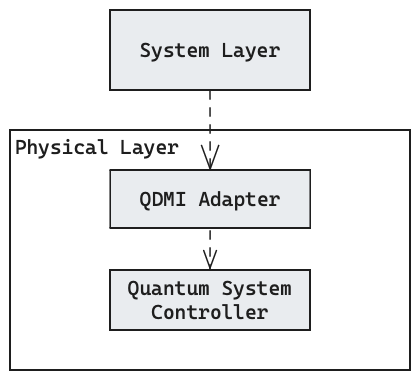
This is docs/images/Building-Blocks-L2-Physical-Layer.excalidraw.png from FullStaQD/architecture, a Excalidraw export, as it was before one commit. Source tidied: one line per element, renumbered; positions are measured from the earlier drawing's top-left corner, leaving out a move shared by most shapes. The source it was exported from:
```json
{"id": 0, "type": "rectangle", "strokeColor": "#1e1e1e", "backgroundColor": "#ffffff", "fillStyle": "solid", "strokeWidth": 1, "roughness": 0, "x": 0, "y": 120, "width": 400, "height": 240}
{"id": 1, "type": "text", "text": "Physical Layer", "strokeColor": "#1e1e1e", "strokeWidth": 1, "roughness": 0, "fontSize": 20, "fontFamily": 3, "inside": 0, "x": 5, "y": 125, "width": 164, "height": 24}
{"id": 2, "type": "rectangle", "strokeColor": "#1e1e1e", "backgroundColor": "#e9ecef", "fillStyle": "solid", "strokeWidth": 1, "roughness": 0, "x": 100, "y": 160, "width": 200, "height": 58}
{"id": 3, "type": "text", "text": "QDMI Adapter", "strokeColor": "#1e1e1e", "backgroundColor": "#ffffff", "fillStyle": "solid", "strokeWidth": 1, "roughness": 0, "fontSize": 20, "fontFamily": 3, "textAlign": "center", "verticalAlign": "middle", "inside": 2, "x": 130, "y": 177, "width": 141, "height": 24}
{"id": 4, "type": "rectangle", "strokeColor": "#1e1e1e", "backgroundColor": "#e9ecef", "fillStyle": "solid", "strokeWidth": 1, "roughness": 0, "x": 100, "y": 0, "width": 200, "height": 80}
{"id": 5, "type": "text", "text": "System Layer", "strokeColor": "#1e1e1e", "backgroundColor": "#ffffff", "fillStyle": "solid", "strokeWidth": 1, "roughness": 0, "fontSize": 20, "fontFamily": 3, "textAlign": "center", "verticalAlign": "middle", "inside": 4, "x": 130, "y": 28, "width": 141, "height": 24}
{"id": 6, "type": "rectangle", "strokeColor": "#1e1e1e", "backgroundColor": "#e9ecef", "fillStyle": "solid", "strokeWidth": 1, "roughness": 0, "x": 100, "y": 260, "width": 200, "height": 60}
{"id": 7, "type": "text", "text": "Quantum System\nController", "strokeColor": "#1e1e1e", "backgroundColor": "#ffffff", "fillStyle": "solid", "strokeWidth": 1, "roughness": 0, "fontSize": 20, "fontFamily": 3, "textAlign": "center", "verticalAlign": "middle", "inside": 6, "x": 118, "y": 266, "width": 164, "height": 48}
{"id": 8, "type": "arrow", "strokeColor": "#1e1e1e", "backgroundColor": "#e9ecef", "fillStyle": "solid", "strokeWidth": 1, "strokeStyle": "dashed", "roughness": 0, "endArrowhead": "arrow", "round": true, "from": 2, "to": 6, "x": 200, "y": 221, "width": 0, "height": 37, "points": [[0, 0], [0, 37]]}
{"id": 9, "type": "arrow", "strokeColor": "#1e1e1e", "backgroundColor": "#e9ecef", "fillStyle": "solid", "strokeWidth": 1, "strokeStyle": "dashed", "roughness": 0, "endArrowhead": "arrow", "round": true, "from": 4, "to": 2, "x": 200, "y": 81, "width": 0, "height": 78, "points": [[0, 0], [0, 78]]}
```
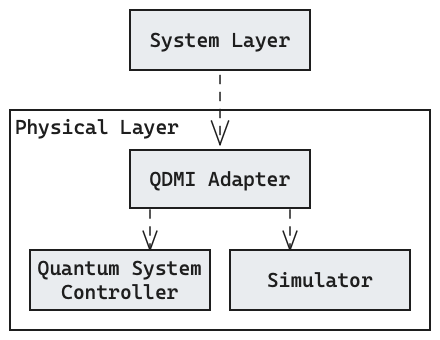
Later version of the same file.

Commit message:
docs(building-blocks): update physical layer, describe interfaces

Change to the diagram source:
```diff
@@ -1,10 +1,13 @@
-{"id": 0, "type": "rectangle", "strokeColor": "#1e1e1e", "backgroundColor": "#ffffff", "fillStyle": "solid", "strokeWidth": 1, "roughness": 0, "x": 0, "y": 120, "width": 400, "height": 240}
+{"id": 0, "type": "rectangle", "strokeColor": "#1e1e1e", "backgroundColor": "#ffffff", "fillStyle": "solid", "strokeWidth": 1, "roughness": 0, "x": 20, "y": 120, "width": 420, "height": 220}
-{"id": 1, "type": "text", "text": "Physical Layer", "strokeColor": "#1e1e1e", "strokeWidth": 1, "roughness": 0, "fontSize": 20, "fontFamily": 3, "inside": 0, "x": 5, "y": 125, "width": 164, "height": 24}
+{"id": 1, "type": "text", "text": "Physical Layer", "strokeColor": "#1e1e1e", "strokeWidth": 1, "roughness": 0, "fontSize": 20, "fontFamily": 3, "inside": 0, "x": 25, "y": 125, "width": 164, "height": 24}
-{"id": 2, "type": "rectangle", "strokeColor": "#1e1e1e", "backgroundColor": "#e9ecef", "fillStyle": "solid", "strokeWidth": 1, "roughness": 0, "x": 100, "y": 160, "width": 200, "height": 58}
+{"id": 2, "type": "rectangle", "strokeColor": "#1e1e1e", "backgroundColor": "#e9ecef", "fillStyle": "solid", "strokeWidth": 1, "roughness": 0, "x": 140, "y": 160, "width": 180, "height": 58}
-{"id": 3, "type": "text", "text": "QDMI Adapter", "strokeColor": "#1e1e1e", "backgroundColor": "#ffffff", "fillStyle": "solid", "strokeWidth": 1, "roughness": 0, "fontSize": 20, "fontFamily": 3, "textAlign": "center", "verticalAlign": "middle", "inside": 2, "x": 130, "y": 177, "width": 141, "height": 24}
+{"id": 3, "type": "text", "text": "QDMI Adapter", "strokeColor": "#1e1e1e", "backgroundColor": "#ffffff", "fillStyle": "solid", "strokeWidth": 1, "roughness": 0, "fontSize": 20, "fontFamily": 3, "textAlign": "center", "verticalAlign": "middle", "inside": 2, "x": 160, "y": 177, "width": 141, "height": 24}
-{"id": 4, "type": "rectangle", "strokeColor": "#1e1e1e", "backgroundColor": "#e9ecef", "fillStyle": "solid", "strokeWidth": 1, "roughness": 0, "x": 100, "y": 0, "width": 200, "height": 80}
+{"id": 4, "type": "rectangle", "strokeColor": "#1e1e1e", "backgroundColor": "#e9ecef", "fillStyle": "solid", "strokeWidth": 1, "roughness": 0, "x": 140, "y": 20, "width": 180, "height": 60}
-{"id": 5, "type": "text", "text": "System Layer", "strokeColor": "#1e1e1e", "backgroundColor": "#ffffff", "fillStyle": "solid", "strokeWidth": 1, "roughness": 0, "fontSize": 20, "fontFamily": 3, "textAlign": "center", "verticalAlign": "middle", "inside": 4, "x": 130, "y": 28, "width": 141, "height": 24}
+{"id": 5, "type": "text", "text": "System Layer", "strokeColor": "#1e1e1e", "backgroundColor": "#ffffff", "fillStyle": "solid", "strokeWidth": 1, "roughness": 0, "fontSize": 20, "fontFamily": 3, "textAlign": "center", "verticalAlign": "middle", "inside": 4, "x": 160, "y": 38, "width": 141, "height": 24}
-{"id": 6, "type": "rectangle", "strokeColor": "#1e1e1e", "backgroundColor": "#e9ecef", "fillStyle": "solid", "strokeWidth": 1, "roughness": 0, "x": 100, "y": 260, "width": 200, "height": 60}
+{"id": 6, "type": "rectangle", "strokeColor": "#1e1e1e", "backgroundColor": "#e9ecef", "fillStyle": "solid", "strokeWidth": 1, "roughness": 0, "x": 40, "y": 260, "width": 180, "height": 60}
-{"id": 7, "type": "text", "text": "Quantum System\nController", "strokeColor": "#1e1e1e", "backgroundColor": "#ffffff", "fillStyle": "solid", "strokeWidth": 1, "roughness": 0, "fontSize": 20, "fontFamily": 3, "textAlign": "center", "verticalAlign": "middle", "inside": 6, "x": 118, "y": 266, "width": 164, "height": 48}
+{"id": 7, "type": "text", "text": "Quantum System\nController", "strokeColor": "#1e1e1e", "backgroundColor": "#ffffff", "fillStyle": "solid", "strokeWidth": 1, "roughness": 0, "fontSize": 20, "fontFamily": 3, "textAlign": "center", "verticalAlign": "middle", "inside": 6, "x": 48, "y": 266, "width": 164, "height": 48}
-{"id": 8, "type": "arrow", "strokeColor": "#1e1e1e", "backgroundColor": "#e9ecef", "fillStyle": "solid", "strokeWidth": 1, "strokeStyle": "dashed", "roughness": 0, "endArrowhead": "arrow", "round": true, "from": 2, "to": 6, "x": 200, "y": 221, "width": 0, "height": 37, "points": [[0, 0], [0, 37]]}
-{"id": 9, "type": "arrow", "strokeColor": "#1e1e1e", "backgroundColor": "#e9ecef", "fillStyle": "solid", "strokeWidth": 1, "strokeStyle": "dashed", "roughness": 0, "endArrowhead": "arrow", "round": true, "from": 4, "to": 2, "x": 200, "y": 81, "width": 0, "height": 78, "points": [[0, 0], [0, 78]]}
+{"id": 9, "type": "arrow", "strokeColor": "#1e1e1e", "backgroundColor": "#e9ecef", "fillStyle": "solid", "strokeWidth": 1, "strokeStyle": "dashed", "roughness": 0, "endArrowhead": "arrow", "round": true, "from": 4, "to": 2, "x": 230, "y": 86, "width": 0, "height": 69, "points": [[0, 0], [0, 69]]}
+{"id": 10, "type": "rectangle", "strokeColor": "#1e1e1e", "backgroundColor": "#e9ecef", "fillStyle": "solid", "strokeWidth": 1, "roughness": 0, "x": 240, "y": 260, "width": 180, "height": 60}
+{"id": 11, "type": "text", "text": "Simulator", "strokeColor": "#1e1e1e", "backgroundColor": "#ffffff", "fillStyle": "solid", "strokeWidth": 1, "roughness": 0, "fontSize": 20, "fontFamily": 3, "textAlign": "center", "verticalAlign": "middle", "inside": 10, "x": 277, "y": 278, "width": 105, "height": 24}
+{"id": 12, "type": "arrow", "strokeColor": "#1e1e1e", "backgroundColor": "#e9ecef", "fillStyle": "solid", "strokeWidth": 1, "strokeStyle": "dashed", "roughness": 0, "endArrowhead": "arrow", "x": 160, "y": 220, "width": 0, "height": 40, "points": [[0, 0], [0, 40]]}
+{"id": 13, "type": "arrow", "strokeColor": "#1e1e1e", "backgroundColor": "#e9ecef", "fillStyle": "solid", "strokeWidth": 1, "strokeStyle": "dashed", "roughness": 0, "endArrowhead": "arrow", "x": 300, "y": 220, "width": 0, "height": 40, "points": [[0, 0], [0, 40]]}
```
